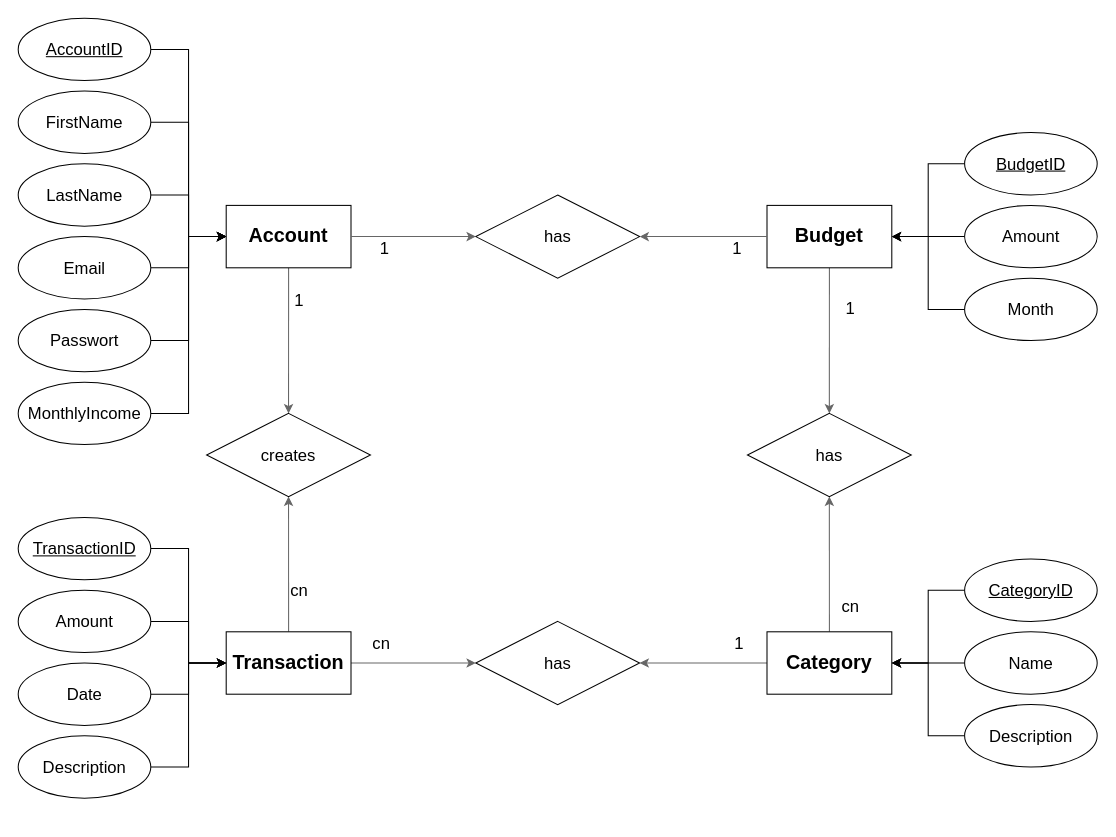
Above: Projektplanung/ER-Diagramm_Expensesmanager.drawio in LuisAll12/IPT-6.1_Expensemanager (draw.io), before the change. Source tidied: cells renumbered, new cells numbered last; positions are measured from the earlier drawing's top-left corner, leaving out a move shared by most shapes. Both pictures are drawn from the tidied source at 104%, with x=0, y=0 at pixel (18, 18).
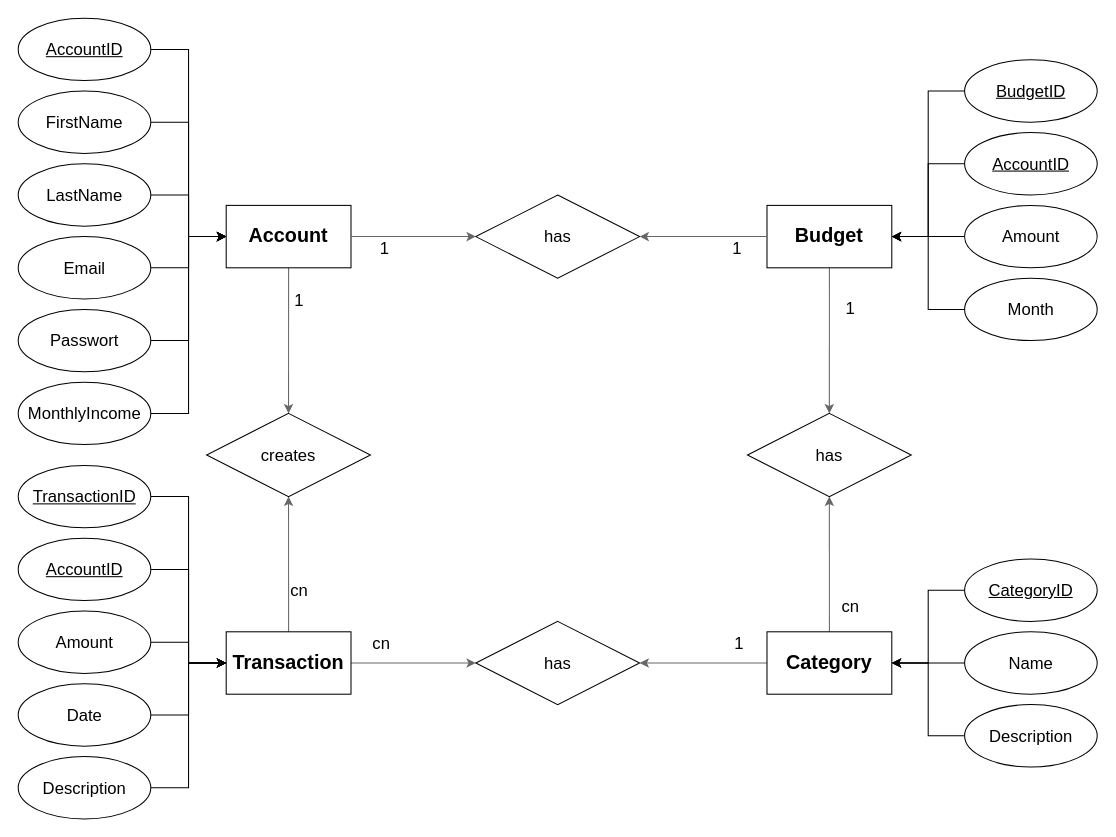
The same page after the edit.

Commit message (it also covers changes not shown here):
changes to ER, Relation-diagramm

Unchanged cells that the change refers to:
```xml
<mxCell id="14" value="&lt;font style=&quot;font-size: 19px;&quot;&gt;&lt;b&gt;Transaction&lt;/b&gt;&lt;/font&gt;" style="rounded=0;whiteSpace=wrap;html=1;" parent="1" vertex="1">
  <mxGeometry x="200" y="590" width="120" height="60" as="geometry" />
</mxCell>
<mxCell id="17" value="&lt;font style=&quot;font-size: 19px;&quot;&gt;&lt;b&gt;Budget&lt;/b&gt;&lt;/font&gt;" style="rounded=0;whiteSpace=wrap;html=1;" parent="1" vertex="1">
  <mxGeometry x="720" y="180" width="120" height="60" as="geometry" />
</mxCell>
```

Change to the diagram source:
```diff
@@
     <mxCell id="21" value="&lt;u&gt;TransactionID&lt;/u&gt;" style="ellipse;whiteSpace=wrap;html=1;fontSize=16;" parent="1" vertex="1">
-      <mxGeometry y="480" width="127.5" height="60" as="geometry" />
+      <mxGeometry y="430" width="127.5" height="60" as="geometry" />
     </mxCell>
@@
     <mxCell id="33" value="Amount" style="ellipse;whiteSpace=wrap;html=1;fontSize=16;" parent="1" vertex="1">
-      <mxGeometry y="550" width="127.5" height="60" as="geometry" />
+      <mxGeometry y="570" width="127.5" height="60" as="geometry" />
     </mxCell>
@@
     <mxCell id="35" value="Date" style="ellipse;whiteSpace=wrap;html=1;fontSize=16;" parent="1" vertex="1">
-      <mxGeometry y="620" width="127.5" height="60" as="geometry" />
+      <mxGeometry y="640" width="127.5" height="60" as="geometry" />
     </mxCell>
@@
     <mxCell id="37" value="Description" style="ellipse;whiteSpace=wrap;html=1;fontSize=16;" parent="1" vertex="1">
-      <mxGeometry y="690" width="127.5" height="60" as="geometry" />
+      <mxGeometry y="710" width="127.5" height="60" as="geometry" />
     </mxCell>
@@
     <mxCell id="45" value="&lt;u&gt;BudgetID&lt;/u&gt;" style="ellipse;whiteSpace=wrap;html=1;fontSize=16;" parent="1" vertex="1">
-      <mxGeometry x="910" y="110" width="127.5" height="60" as="geometry" />
+      <mxGeometry x="910" y="40" width="127.5" height="60" as="geometry" />
     </mxCell>
@@
+    <mxCell id="58" style="edgeStyle=orthogonalEdgeStyle;rounded=0;jettySize=auto;html=1;exitX=0;exitY=0.5;exitDx=0;exitDy=0;entryX=1;entryY=0.5;entryDx=0;entryDy=0;" parent="1" edge="1" source="59" target="17">
+      <mxGeometry relative="1" as="geometry" />
+    </mxCell>
+    <mxCell id="59" value="&lt;u&gt;AccountID&lt;/u&gt;" style="ellipse;whiteSpace=wrap;html=1;fontSize=16;" parent="1" vertex="1">
+      <mxGeometry x="910" y="110" width="127.5" height="60" as="geometry" />
+    </mxCell>
+    <mxCell id="60" style="edgeStyle=orthogonalEdgeStyle;rounded=0;jettySize=auto;html=1;entryX=0;entryY=0.5;entryDx=0;entryDy=0;" parent="1" edge="1" source="61" target="14">
+      <mxGeometry relative="1" as="geometry" />
+    </mxCell>
+    <mxCell id="61" value="&lt;u&gt;AccountID&lt;/u&gt;" style="ellipse;whiteSpace=wrap;html=1;fontSize=16;" parent="1" vertex="1">
+      <mxGeometry y="500" width="127.5" height="60" as="geometry" />
+    </mxCell>
```
